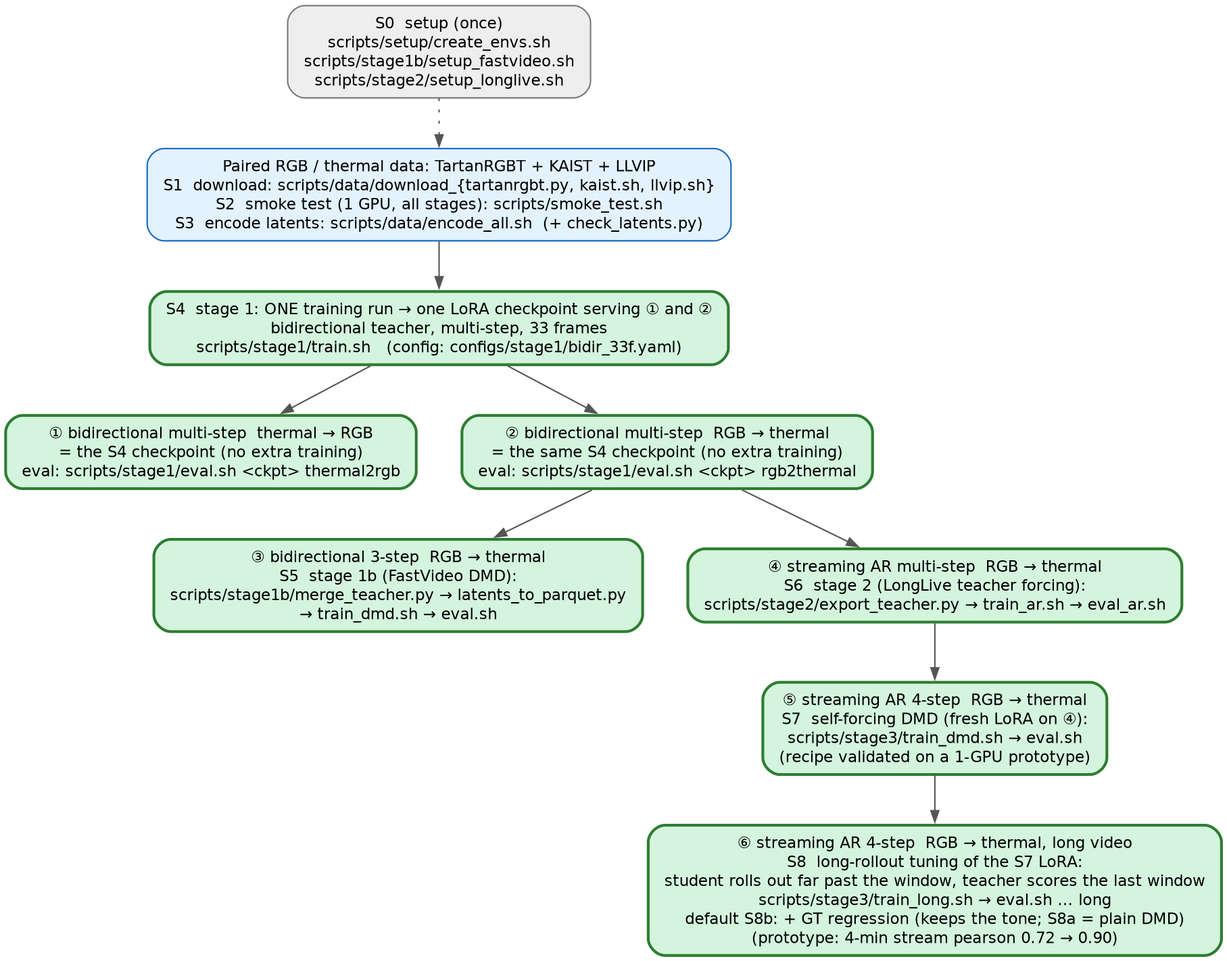
Earlier version of the Graphviz export assets/model_tree.png (Greenery-S/thermal_v2v). Its source is kept beside it as assets/model_tree.dot.
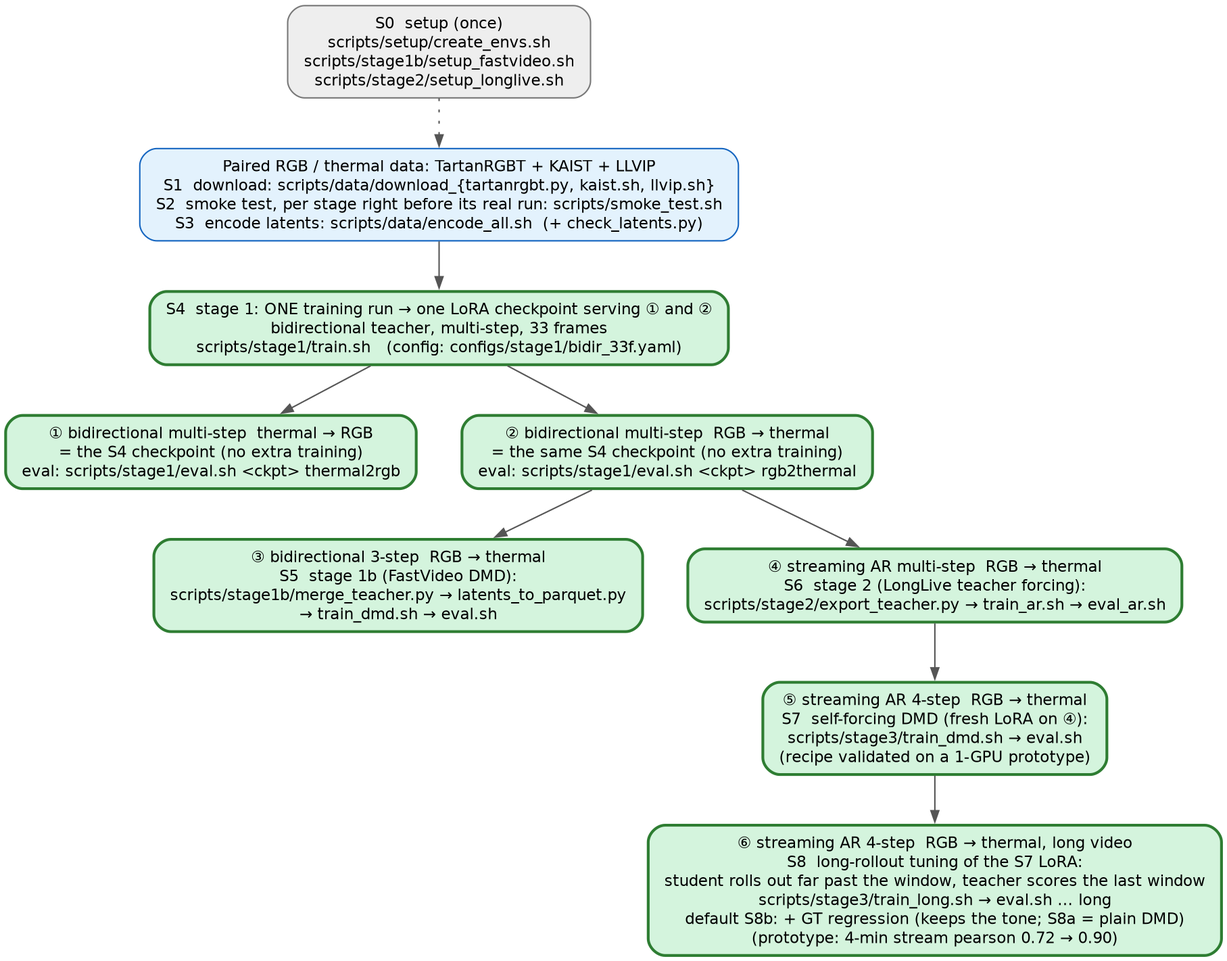
After the change.

Commit message:
Smoke each stage right before its real run, on several GPUs; setup_longlive heredoc fix; zsh-safe env.sh

Change to the diagram source:
```diff
@@ -3,7 +3,7 @@
   node [shape=box, style="rounded,filled", fontname="Helvetica", fontsize=11, margin="0.16,0.08"];
   edge [color="#555555", arrowsize=0.8];
   S0  [label="S0  setup (once)\nscripts/setup/create_envs.sh\nscripts/stage1b/setup_fastvideo.sh\nscripts/stage2/setup_longlive.sh", fillcolor="#eeeeee", color="#777777"];
-  D   [label="Paired RGB / thermal data: TartanRGBT + KAIST + LLVIP\nS1  download: scripts/data/download_{tartanrgbt.py, kaist.sh, llvip.sh}\nS2  smoke test (1 GPU, all stages): scripts/smoke_test.sh\nS3  encode latents: scripts/data/encode_all.sh  (+ check_latents.py)", fillcolor="#e3f2fd", color="#1565c0"];
+  D   [label="Paired RGB / thermal data: TartanRGBT + KAIST + LLVIP\nS1  download: scripts/data/download_{tartanrgbt.py, kaist.sh, llvip.sh}\nS2  smoke test, per stage right before its real run: scripts/smoke_test.sh\nS3  encode latents: scripts/data/encode_all.sh  (+ check_latents.py)", fillcolor="#e3f2fd", color="#1565c0"];
   B   [label="S4  stage 1: ONE training run → one LoRA checkpoint serving ① and ②\nbidirectional teacher, multi-step, 33 frames\nscripts/stage1/train.sh   (config: configs/stage1/bidir_33f.yaml)", fillcolor="#d4f4dd", color="#2e7d32", penwidth=2];
   T2R [label="① bidirectional multi-step  thermal → RGB\n= the S4 checkpoint (no extra training)\neval: scripts/stage1/eval.sh <ckpt> thermal2rgb", fillcolor="#d4f4dd", color="#2e7d32", penwidth=2];
   R2T [label="② bidirectional multi-step  RGB → thermal\n= the same S4 checkpoint (no extra training)\neval: scripts/stage1/eval.sh <ckpt> rgb2thermal", fillcolor="#d4f4dd", color="#2e7d32", penwidth=2];
```
